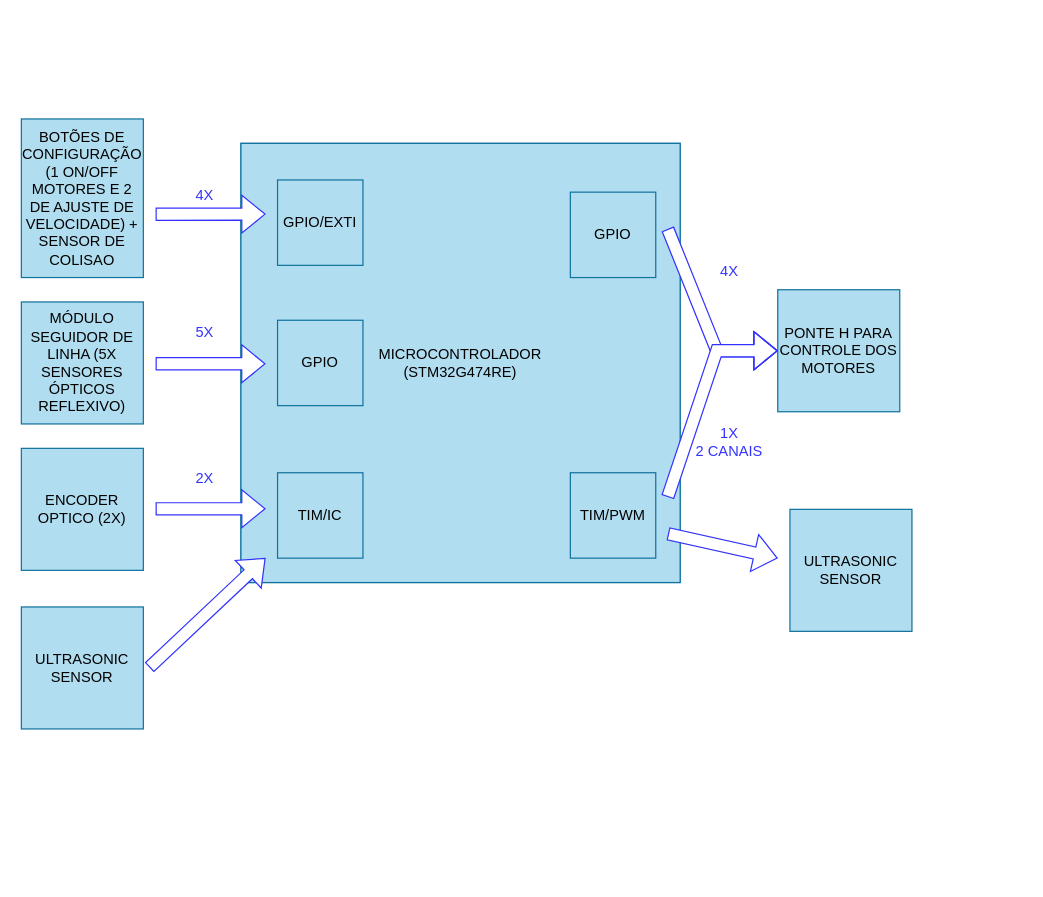
This is Diagrama de Blocos.drawio from gabrielhaj/ES070, a draw.io file, before an edit. Source tidied: cells renumbered, new cells numbered last; positions are measured from the earlier drawing's top-left corner, leaving out a move shared by most shapes. Both pictures are drawn from the tidied source at 122%, with x=0, y=0 at pixel (21, 118).
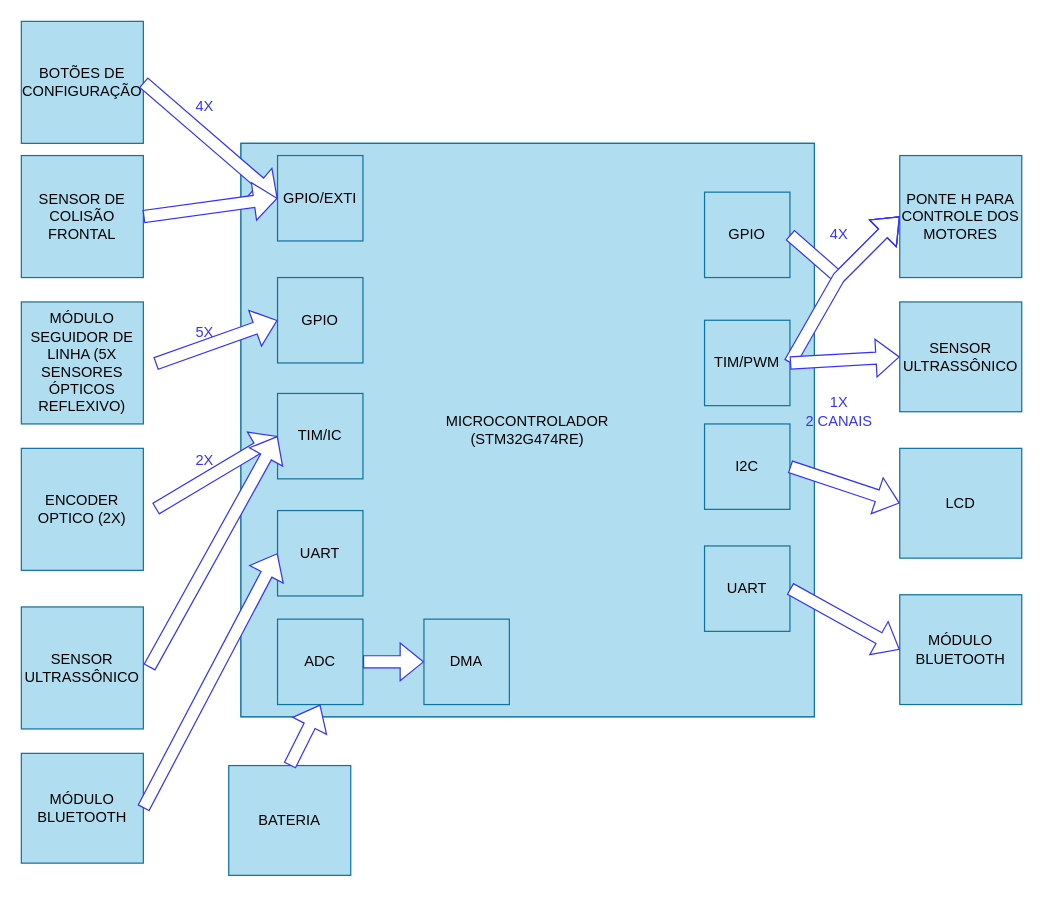
The same page after the edit.

The edit, as a diff of the source:
```diff
@@
-    <mxCell id="2" value="&lt;div&gt;BOTÕES DE CONFIGURAÇÃO&lt;/div&gt;&lt;div&gt;(1 ON/OFF MOTORES E 2 DE AJUSTE DE VELOCIDADE) + SENSOR DE COLISAO&lt;br&gt;&lt;/div&gt;" style="text;html=1;strokeColor=#10739e;fillColor=#b1ddf0;align=center;verticalAlign=middle;whiteSpace=wrap;rounded=0;" parent="1" vertex="1">
-      <mxGeometry width="100" height="130" as="geometry" />
+    <mxCell id="2" value="BOTÕES DE CONFIGURAÇÃO" style="text;html=1;strokeColor=#10739e;fillColor=#b1ddf0;align=center;verticalAlign=middle;whiteSpace=wrap;rounded=0;" parent="1" vertex="1">
+      <mxGeometry y="-80" width="100" height="100" as="geometry" />
     </mxCell>
@@
     <mxCell id="5" value="PONTE H PARA CONTROLE DOS MOTORES" style="text;html=1;strokeColor=#10739e;fillColor=#b1ddf0;align=center;verticalAlign=middle;whiteSpace=wrap;rounded=0;" parent="1" vertex="1">
-      <mxGeometry x="620" y="140" width="100" height="100" as="geometry" />
+      <mxGeometry x="720" y="30" width="100" height="100" as="geometry" />
     </mxCell>
     <mxCell id="6" style="group;fillColor=#b1ddf0;strokeColor=#10739e;" parent="1" vertex="1">
-      <mxGeometry x="180" y="20" width="360" height="360" as="geometry" />
+      <mxGeometry x="180" y="20" width="470" height="470" as="geometry" />
     </mxCell>
     <mxCell id="7" value="&lt;div&gt;MICROCONTROLADOR&lt;/div&gt;&lt;div&gt;(STM32G474RE)&lt;br&gt;&lt;/div&gt;" style="whiteSpace=wrap;html=1;fillColor=#b1ddf0;strokeColor=#10739e;" parent="6" vertex="1">
-      <mxGeometry width="360" height="360" as="geometry" />
+      <mxGeometry width="470" height="470" as="geometry" />
     </mxCell>
     <mxCell id="8" value="GPIO/EXTI" style="whiteSpace=wrap;html=1;fillColor=#b1ddf0;strokeColor=#10739e;" parent="6" vertex="1">
-      <mxGeometry x="30" y="30" width="70" height="70" as="geometry" />
+      <mxGeometry x="30" y="10" width="70" height="70" as="geometry" />
     </mxCell>
     <mxCell id="9" value="TIM/IC" style="whiteSpace=wrap;html=1;fillColor=#b1ddf0;strokeColor=#10739e;" parent="6" vertex="1">
-      <mxGeometry x="30" y="270" width="70" height="70" as="geometry" />
+      <mxGeometry x="30" y="205" width="70" height="70" as="geometry" />
     </mxCell>
     <mxCell id="10" value="GPIO" style="whiteSpace=wrap;html=1;fillColor=#b1ddf0;strokeColor=#10739e;" parent="6" vertex="1">
-      <mxGeometry x="270" y="40" width="70" height="70" as="geometry" />
+      <mxGeometry x="380" y="40" width="70" height="70" as="geometry" />
     </mxCell>
     <mxCell id="11" value="TIM/PWM" style="whiteSpace=wrap;html=1;fillColor=#b1ddf0;strokeColor=#10739e;" parent="6" vertex="1">
-      <mxGeometry x="270" y="270" width="70" height="70" as="geometry" />
+      <mxGeometry x="380" y="145" width="70" height="70" as="geometry" />
     </mxCell>
     <mxCell id="12" value="GPIO" style="whiteSpace=wrap;html=1;fillColor=#b1ddf0;strokeColor=#10739e;" parent="6" vertex="1">
-      <mxGeometry x="30" y="145" width="70" height="70" as="geometry" />
+      <mxGeometry x="30" y="110" width="70" height="70" as="geometry" />
     </mxCell>
+    <mxCell id="20" value="&lt;font color=&quot;#3333ff&quot;&gt;4X&lt;/font&gt;" style="text;html=1;align=center;verticalAlign=middle;strokeColor=none;fillColor=none;" parent="6" vertex="1">
+      <mxGeometry x="470" y="60" width="40" height="30" as="geometry" />
+    </mxCell>
+    <mxCell id="27" value="I2C" style="whiteSpace=wrap;html=1;fillColor=#b1ddf0;strokeColor=#10739e;" parent="6" vertex="1">
+      <mxGeometry x="380" y="230" width="70" height="70" as="geometry" />
+    </mxCell>
+    <mxCell id="28" value="UART" style="whiteSpace=wrap;html=1;fillColor=#b1ddf0;strokeColor=#10739e;" parent="6" vertex="1">
+      <mxGeometry x="380" y="330" width="70" height="70" as="geometry" />
+    </mxCell>
+    <mxCell id="21" value="&lt;font color=&quot;#3333ff&quot;&gt;1X&lt;br&gt;2 CANAIS&lt;/font&gt;" style="text;html=1;align=center;verticalAlign=middle;strokeColor=none;fillColor=none;" parent="6" vertex="1">
+      <mxGeometry x="450" y="200" width="80" height="40" as="geometry" />
+    </mxCell>
+    <mxCell id="29" value="UART" style="whiteSpace=wrap;html=1;fillColor=#b1ddf0;strokeColor=#10739e;" parent="6" vertex="1">
+      <mxGeometry x="30" y="301" width="70" height="70" as="geometry" />
+    </mxCell>
+    <mxCell id="30" value="ADC" style="whiteSpace=wrap;html=1;fillColor=#b1ddf0;strokeColor=#10739e;" parent="6" vertex="1">
+      <mxGeometry x="30" y="390" width="70" height="70" as="geometry" />
+    </mxCell>
+    <mxCell id="31" value="DMA" style="whiteSpace=wrap;html=1;fillColor=#b1ddf0;strokeColor=#10739e;" parent="6" vertex="1">
+      <mxGeometry x="150" y="390" width="70" height="70" as="geometry" />
+    </mxCell>
+    <mxCell id="32" style="shape=flexArrow;endArrow=classic;html=1;rounded=0;entryX=0;entryY=0.5;entryDx=0;entryDy=0;fillColor=default;strokeColor=#3333FF;exitX=1;exitY=0.5;exitDx=0;exitDy=0;" parent="6" edge="1" source="30" target="31">
+      <mxGeometry relative="1" as="geometry" />
+    </mxCell>
-    <mxCell id="13" style="shape=flexArrow;endArrow=classic;html=1;rounded=0;fillColor=#FFFFFF;strokeColor=#3333FF;entryX=0.056;entryY=0.502;entryDx=0;entryDy=0;entryPerimeter=0;" parent="1" edge="1" target="7">
+    <mxCell id="13" style="shape=flexArrow;endArrow=classic;html=1;rounded=0;fillColor=#FFFFFF;strokeColor=#3333FF;entryX=0;entryY=0.5;entryDx=0;entryDy=0;" parent="1" edge="1" target="12">
       <mxGeometry relative="1" as="geometry">
         <mxPoint x="110" y="200.6" as="sourcePoint" />
       </mxGeometry>
     </mxCell>
-    <mxCell id="14" style="shape=flexArrow;endArrow=classic;html=1;rounded=0;entryX=0.056;entryY=0.222;entryDx=0;entryDy=0;entryPerimeter=0;fillColor=default;strokeColor=#3333FF;" parent="1" edge="1">
+    <mxCell id="14" style="shape=flexArrow;endArrow=classic;html=1;rounded=0;entryX=0;entryY=0.5;entryDx=0;entryDy=0;fillColor=default;strokeColor=#3333FF;" parent="1" edge="1" target="9">
       <mxGeometry relative="1" as="geometry">
         <mxPoint x="110" y="319.6" as="sourcePoint" />
-        <mxPoint x="200.2" y="319.5" as="targetPoint" />
       </mxGeometry>
     </mxCell>
     <mxCell id="15" value="&lt;font color=&quot;#3333ff&quot;&gt;4X&lt;/font&gt;" style="text;html=1;align=center;verticalAlign=middle;strokeColor=none;fillColor=none;" parent="1" vertex="1">
-      <mxGeometry x="130" y="48" width="40" height="30" as="geometry" />
+      <mxGeometry x="130" y="-25" width="40" height="30" as="geometry" />
     </mxCell>
@@
     <mxCell id="17" value="&lt;font color=&quot;#3333ff&quot;&gt;2X&lt;/font&gt;" style="text;html=1;align=center;verticalAlign=middle;strokeColor=none;fillColor=none;" parent="1" vertex="1">
-      <mxGeometry x="130" y="280" width="40" height="30" as="geometry" />
+      <mxGeometry x="130" y="265" width="40" height="30" as="geometry" />
     </mxCell>
-    <mxCell id="18" style="shape=flexArrow;endArrow=classic;html=1;rounded=0;entryX=0;entryY=0.5;entryDx=0;entryDy=0;fillColor=default;strokeColor=#3333FF;" parent="1" edge="1" target="5">
+    <mxCell id="18" style="shape=flexArrow;endArrow=classic;html=1;rounded=0;entryX=0;entryY=0.5;entryDx=0;entryDy=0;fillColor=default;strokeColor=#3333FF;exitX=1;exitY=0.5;exitDx=0;exitDy=0;" parent="1" edge="1" source="10" target="5">
       <mxGeometry relative="1" as="geometry">
-        <mxPoint x="529.8" y="90.1" as="sourcePoint" />
         <Array as="points">
-          <mxPoint x="570" y="190" />
+          <mxPoint x="670" y="130" />
         </Array>
       </mxGeometry>
     </mxCell>
-    <mxCell id="19" style="shape=flexArrow;endArrow=classic;html=1;rounded=0;entryX=0;entryY=0.5;entryDx=0;entryDy=0;fillColor=default;strokeColor=#3333FF;" parent="1" edge="1" target="5">
+    <mxCell id="19" style="shape=flexArrow;endArrow=classic;html=1;rounded=0;entryX=0;entryY=0.5;entryDx=0;entryDy=0;fillColor=default;strokeColor=#3333FF;exitX=1;exitY=0.5;exitDx=0;exitDy=0;" parent="1" edge="1" source="11" target="5">
       <mxGeometry relative="1" as="geometry">
-        <mxPoint x="529.8" y="310" as="sourcePoint" />
         <Array as="points">
-          <mxPoint x="570" y="190" />
+          <mxPoint x="670" y="130" />
         </Array>
       </mxGeometry>
     </mxCell>
-    <mxCell id="20" value="&lt;font color=&quot;#3333ff&quot;&gt;4X&lt;/font&gt;" style="text;html=1;align=center;verticalAlign=middle;strokeColor=none;fillColor=none;" parent="1" vertex="1">
-      <mxGeometry x="560" y="110" width="40" height="30" as="geometry" />
-    </mxCell>
-    <mxCell id="21" value="&lt;font color=&quot;#3333ff&quot;&gt;1X&lt;br&gt;2 CANAIS&lt;/font&gt;" style="text;html=1;align=center;verticalAlign=middle;strokeColor=none;fillColor=none;" parent="1" vertex="1">
-      <mxGeometry x="540" y="245" width="80" height="40" as="geometry" />
-    </mxCell>
-    <mxCell id="22" style="shape=flexArrow;endArrow=classic;html=1;rounded=0;entryX=0.056;entryY=0.222;entryDx=0;entryDy=0;entryPerimeter=0;fillColor=default;strokeColor=#3333FF;" parent="1" edge="1">
-      <mxGeometry relative="1" as="geometry">
-        <mxPoint x="110" y="78.1" as="sourcePoint" />
-        <mxPoint x="200.2" y="78" as="targetPoint" />
-      </mxGeometry>
+    <mxCell id="22" style="shape=flexArrow;endArrow=classic;html=1;rounded=0;entryX=0;entryY=0.5;entryDx=0;entryDy=0;fillColor=default;strokeColor=#3333FF;exitX=1;exitY=0.5;exitDx=0;exitDy=0;" parent="1" edge="1" source="2" target="8">
+      <mxGeometry relative="1" as="geometry" />
     </mxCell>
-    <mxCell id="23" value="ULTRASONIC SENSOR" style="text;html=1;strokeColor=#10739e;fillColor=#b1ddf0;align=center;verticalAlign=middle;whiteSpace=wrap;rounded=0;" parent="1" vertex="1">
+    <mxCell id="23" value="&lt;div&gt;SENSOR ULTRASSÔNICO&lt;/div&gt;" style="text;html=1;strokeColor=#10739e;fillColor=#b1ddf0;align=center;verticalAlign=middle;whiteSpace=wrap;rounded=0;" parent="1" vertex="1">
       <mxGeometry y="400" width="100" height="100" as="geometry" />
     </mxCell>
-    <mxCell id="24" style="shape=flexArrow;endArrow=classic;html=1;rounded=0;entryX=0.056;entryY=0.944;entryDx=0;entryDy=0;entryPerimeter=0;fillColor=default;strokeColor=#3333FF;" parent="1" edge="1" target="7">
+    <mxCell id="24" style="shape=flexArrow;endArrow=classic;html=1;rounded=0;entryX=0;entryY=0.5;entryDx=0;entryDy=0;fillColor=default;strokeColor=#3333FF;" parent="1" edge="1" target="9">
       <mxGeometry relative="1" as="geometry">
         <mxPoint x="104.9" y="449.6" as="sourcePoint" />
       </mxGeometry>
     </mxCell>
+    <mxCell id="26" value="SENSOR ULTRASSÔNICO" style="text;html=1;strokeColor=#10739e;fillColor=#b1ddf0;align=center;verticalAlign=middle;whiteSpace=wrap;rounded=0;" parent="1" vertex="1">
+      <mxGeometry x="720" y="150" width="100" height="90" as="geometry" />
+    </mxCell>
-    <mxCell id="25" style="shape=flexArrow;endArrow=classic;html=1;rounded=0;fillColor=default;strokeColor=#3333FF;" parent="1" edge="1">
-      <mxGeometry relative="1" as="geometry">
-        <mxPoint x="530" y="340" as="sourcePoint" />
-        <mxPoint x="620" y="360" as="targetPoint" />
-      </mxGeometry>
+    <mxCell id="25" style="shape=flexArrow;endArrow=classic;html=1;rounded=0;fillColor=default;strokeColor=#3333FF;exitX=1;exitY=0.5;exitDx=0;exitDy=0;entryX=0;entryY=0.5;entryDx=0;entryDy=0;" parent="1" edge="1" source="11" target="26">
+      <mxGeometry relative="1" as="geometry" />
     </mxCell>
-    <mxCell id="26" value="ULTRASONIC SENSOR" style="text;html=1;strokeColor=#10739e;fillColor=#b1ddf0;align=center;verticalAlign=middle;whiteSpace=wrap;rounded=0;" parent="1" vertex="1">
-      <mxGeometry x="630" y="320" width="100" height="100" as="geometry" />
-    </mxCell>
+    <mxCell id="33" value="LCD" style="text;html=1;strokeColor=#10739e;fillColor=#b1ddf0;align=center;verticalAlign=middle;whiteSpace=wrap;rounded=0;" parent="1" vertex="1">
+      <mxGeometry x="720" y="270" width="100" height="90" as="geometry" />
+    </mxCell>
+    <mxCell id="34" style="shape=flexArrow;endArrow=classic;html=1;rounded=0;fillColor=default;strokeColor=#3333FF;exitX=1;exitY=0.5;exitDx=0;exitDy=0;entryX=0;entryY=0.5;entryDx=0;entryDy=0;" parent="1" edge="1" source="27" target="33">
+      <mxGeometry relative="1" as="geometry" />
+    </mxCell>
+    <mxCell id="35" value="SENSOR DE COLISÃO FRONTAL" style="text;html=1;strokeColor=#10739e;fillColor=#b1ddf0;align=center;verticalAlign=middle;whiteSpace=wrap;rounded=0;" parent="1" vertex="1">
+      <mxGeometry y="30" width="100" height="100" as="geometry" />
+    </mxCell>
+    <mxCell id="36" style="shape=flexArrow;endArrow=classic;html=1;rounded=0;entryX=0;entryY=0.5;entryDx=0;entryDy=0;fillColor=default;strokeColor=#3333FF;exitX=1;exitY=0.5;exitDx=0;exitDy=0;" parent="1" edge="1" source="35" target="8">
+      <mxGeometry relative="1" as="geometry" />
+    </mxCell>
+    <mxCell id="37" value="MÓDULO BLUETOOTH" style="text;html=1;strokeColor=#10739e;fillColor=#b1ddf0;align=center;verticalAlign=middle;whiteSpace=wrap;rounded=0;" parent="1" vertex="1">
+      <mxGeometry x="720" y="390" width="100" height="90" as="geometry" />
+    </mxCell>
+    <mxCell id="38" value="MÓDULO BLUETOOTH" style="text;html=1;strokeColor=#10739e;fillColor=#b1ddf0;align=center;verticalAlign=middle;whiteSpace=wrap;rounded=0;" parent="1" vertex="1">
+      <mxGeometry y="520" width="100" height="90" as="geometry" />
+    </mxCell>
+    <mxCell id="39" style="shape=flexArrow;endArrow=classic;html=1;rounded=0;entryX=0;entryY=0.5;entryDx=0;entryDy=0;fillColor=default;strokeColor=#3333FF;exitX=1;exitY=0.5;exitDx=0;exitDy=0;" parent="1" edge="1" source="38" target="29">
+      <mxGeometry relative="1" as="geometry" />
+    </mxCell>
+    <mxCell id="40" value="BATERIA" style="text;html=1;strokeColor=#10739e;fillColor=#b1ddf0;align=center;verticalAlign=middle;whiteSpace=wrap;rounded=0;" parent="1" vertex="1">
+      <mxGeometry x="170" y="530" width="100" height="90" as="geometry" />
+    </mxCell>
+    <mxCell id="41" style="shape=flexArrow;endArrow=classic;html=1;rounded=0;entryX=0.5;entryY=1;entryDx=0;entryDy=0;fillColor=default;strokeColor=#3333FF;exitX=0.5;exitY=0;exitDx=0;exitDy=0;" parent="1" edge="1" source="40" target="30">
+      <mxGeometry relative="1" as="geometry" />
+    </mxCell>
+    <mxCell id="42" style="shape=flexArrow;endArrow=classic;html=1;rounded=0;fillColor=default;strokeColor=#3333FF;exitX=1;exitY=0.5;exitDx=0;exitDy=0;entryX=0;entryY=0.5;entryDx=0;entryDy=0;" parent="1" edge="1" source="28" target="37">
+      <mxGeometry relative="1" as="geometry" />
+    </mxCell>
```
